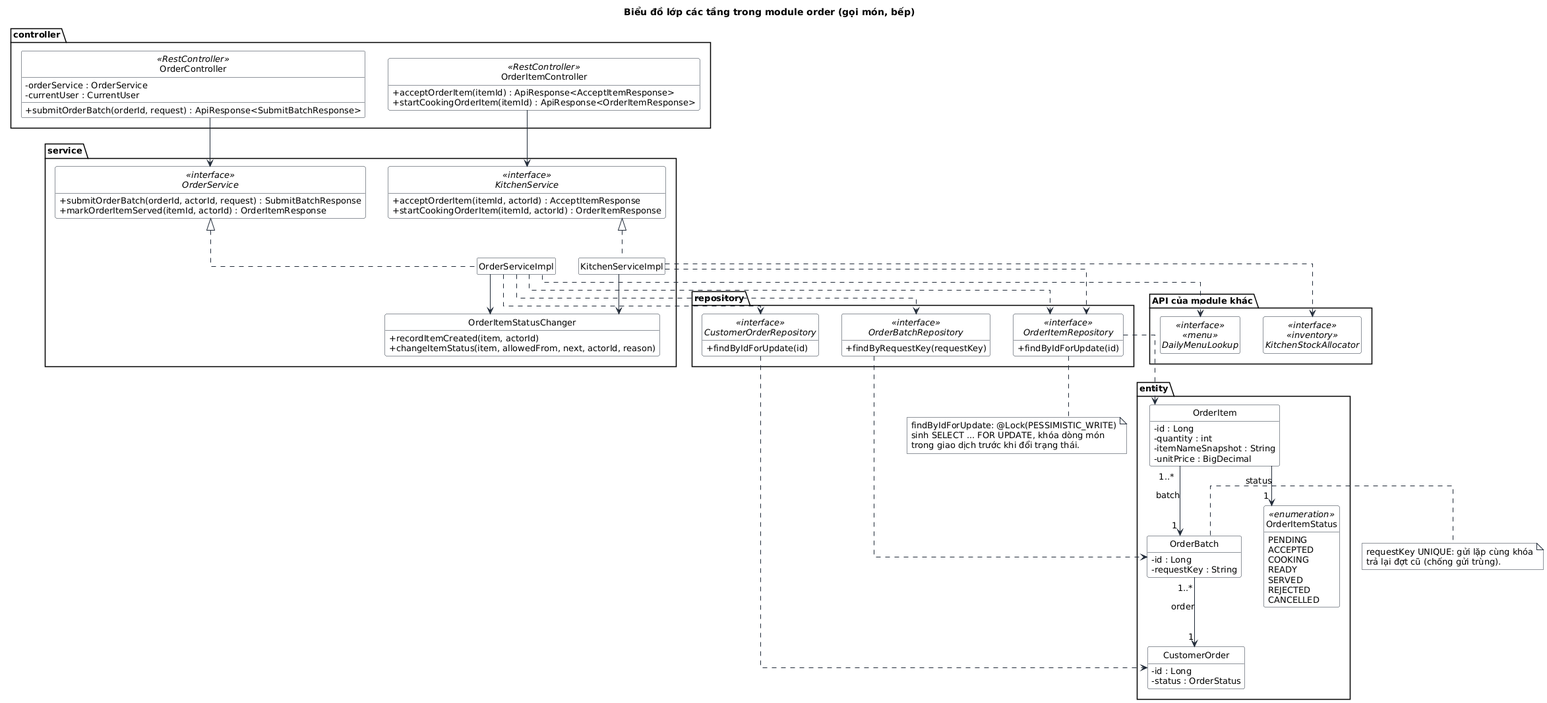
Anpham120/restaurant-management-system keeps this PlantUML diagram as docs/bao-cao-ltnc/uml/class-ban-hang.png. Above is the earlier version.
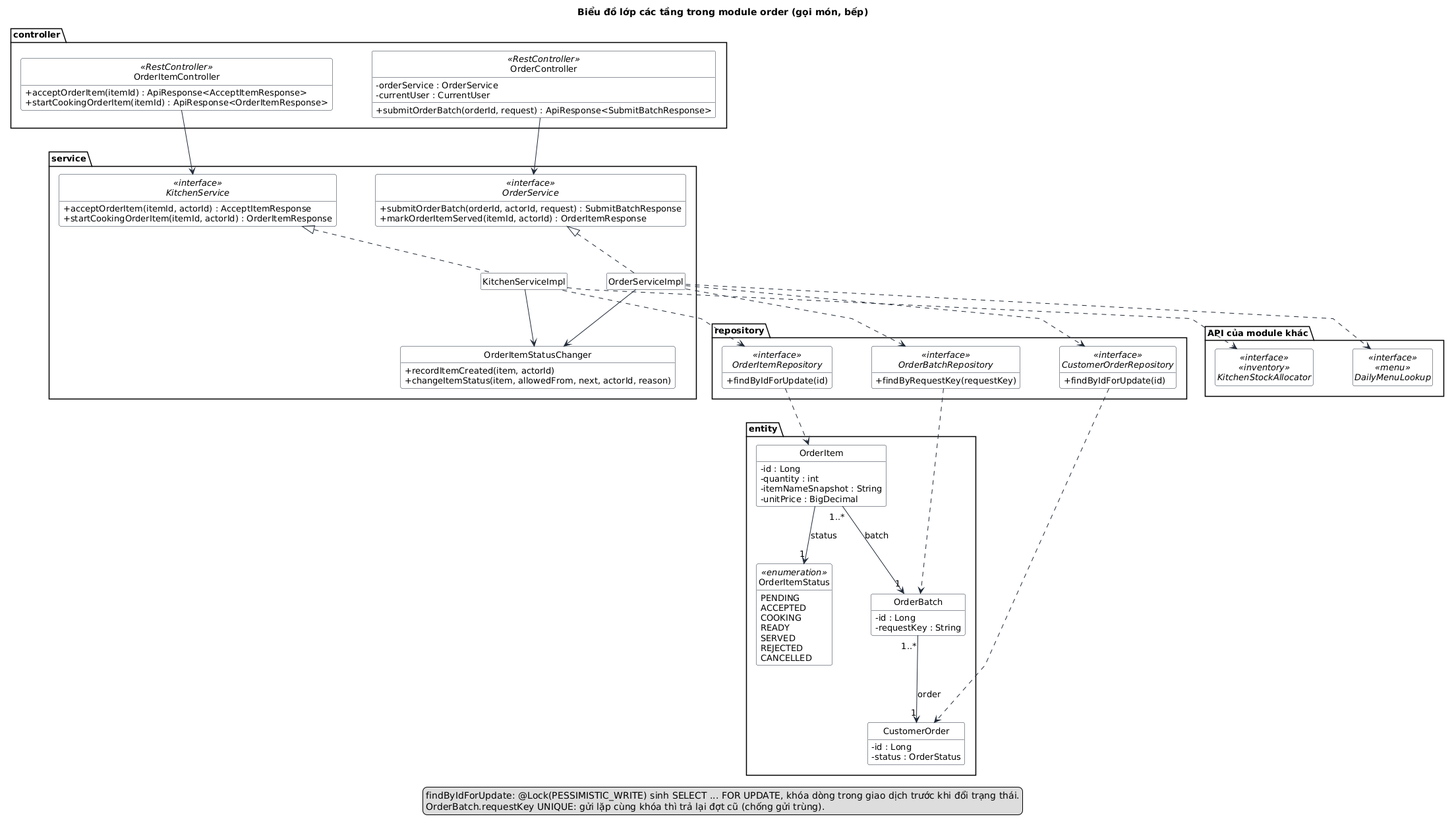
The same file after the commit.

What changed in the source:
```diff
@@ -3,7 +3,9 @@
 skinparam style strictuml
 hide empty members
 title Biểu đồ lớp các tầng trong module order (gọi món, bếp)
-skinparam linetype ortho
+skinparam linetype polyline
+skinparam nodesep 60
+skinparam ranksep 70
 
 package "controller" {
   class OrderController <<RestController>> {
@@ -81,7 +83,6 @@
 KitchenServiceImpl --> OrderItemStatusChanger
 OrderServiceImpl ..> CustomerOrderRepository
 OrderServiceImpl ..> OrderBatchRepository
-OrderServiceImpl ..> OrderItemRepository
 KitchenServiceImpl ..> OrderItemRepository
 OrderServiceImpl ..> DailyMenuLookup
 KitchenServiceImpl ..> KitchenStockAllocator
@@ -91,13 +92,8 @@
 OrderBatch "1..*" --> "1" CustomerOrder : order
 OrderItem "1..*" --> "1" OrderBatch : batch
 OrderItem --> "1" OrderItemStatus : status
-note bottom of OrderItemRepository
-  findByIdForUpdate: @Lock(PESSIMISTIC_WRITE)
-  sinh SELECT ... FOR UPDATE, khóa dòng món
-  trong giao dịch trước khi đổi trạng thái.
-end note
-note right of OrderBatch
-  requestKey UNIQUE: gửi lặp cùng khóa
-  trả lại đợt cũ (chống gửi trùng).
-end note
+legend bottom
+  findByIdForUpdate: @Lock(PESSIMISTIC_WRITE) sinh SELECT ... FOR UPDATE, khóa dòng trong giao dịch trước khi đổi trạng thái.
+  OrderBatch.requestKey UNIQUE: gửi lặp cùng khóa thì trả lại đợt cũ (chống gửi trùng).
+endlegend
 @enduml
```
